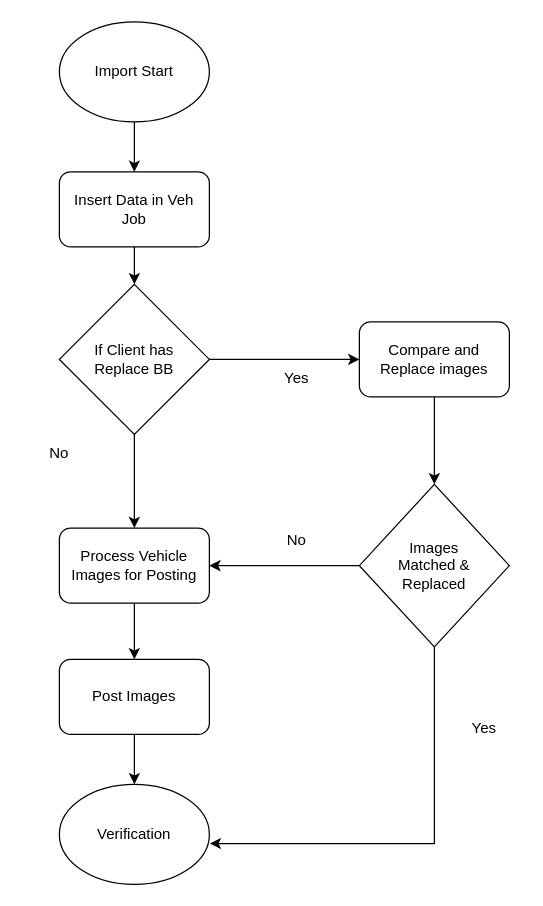
The draw.io diagram replaceBB.drawio in kishorenunc/jQuery-File-Upload, before the edit. Source tidied: cells renumbered, new cells numbered last; positions are measured from the earlier drawing's top-left corner, leaving out a move shared by most shapes. Both pictures are drawn from the tidied source at 125%, with x=0, y=0 at pixel (21, 21).
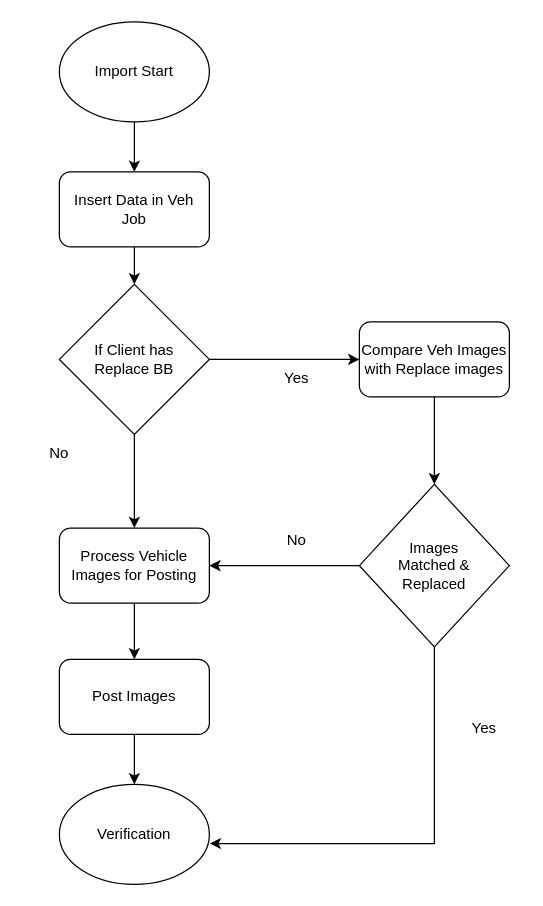
After the change.

Diff of the diagram source:
```diff
@@
-    <mxCell id="15" value="Compare and Replace images" style="rounded=1;whiteSpace=wrap;html=1;" parent="1" vertex="1">
+    <mxCell id="15" value="Compare Veh Images with Replace images" style="rounded=1;whiteSpace=wrap;html=1;" parent="1" vertex="1">
       <mxGeometry x="270" y="240" width="120" height="60" as="geometry" />
     </mxCell>
```
